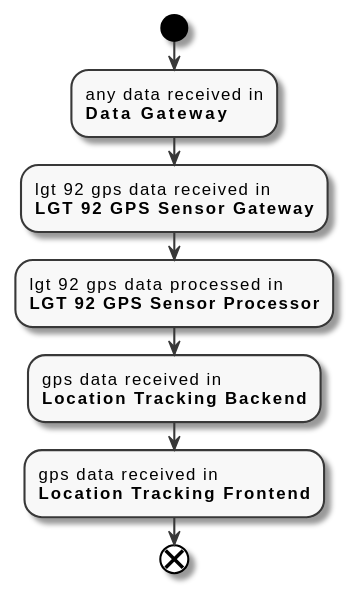
Above: docs/diagrams/data-flow.svg in FilipeMCruz/sensae-console (PlantUML), before the change.
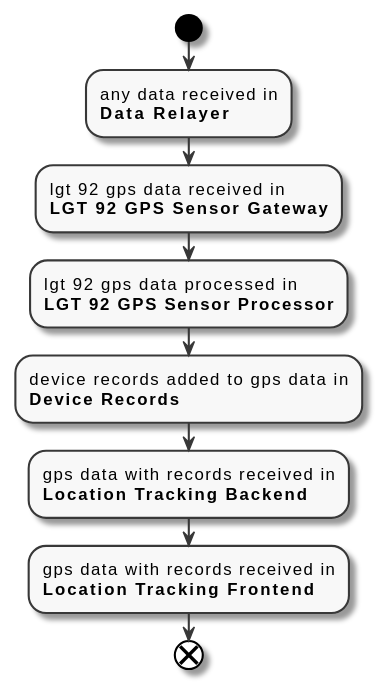
Above is the later version.

Diff of the diagram source:
```diff
@@ -3,11 +3,12 @@
 skinparam Monochrome true
 
 start
-:any data received in\n**Data Gateway**;
+:any data received in\n**Data Relayer**;
 :lgt 92 gps data received in\n**LGT 92 GPS Sensor Gateway**;
 :lgt 92 gps data processed in\n**LGT 92 GPS Sensor Processor**;
-:gps data received in\n**Location Tracking Backend**;
-:gps data received in\n**Location Tracking Frontend**;
+:device records added to gps data in\n**Device Records**;
+:gps data with records received in\n**Location Tracking Backend**;
+:gps data with records received in\n**Location Tracking Frontend**;
 end
 
 @enduml
```
